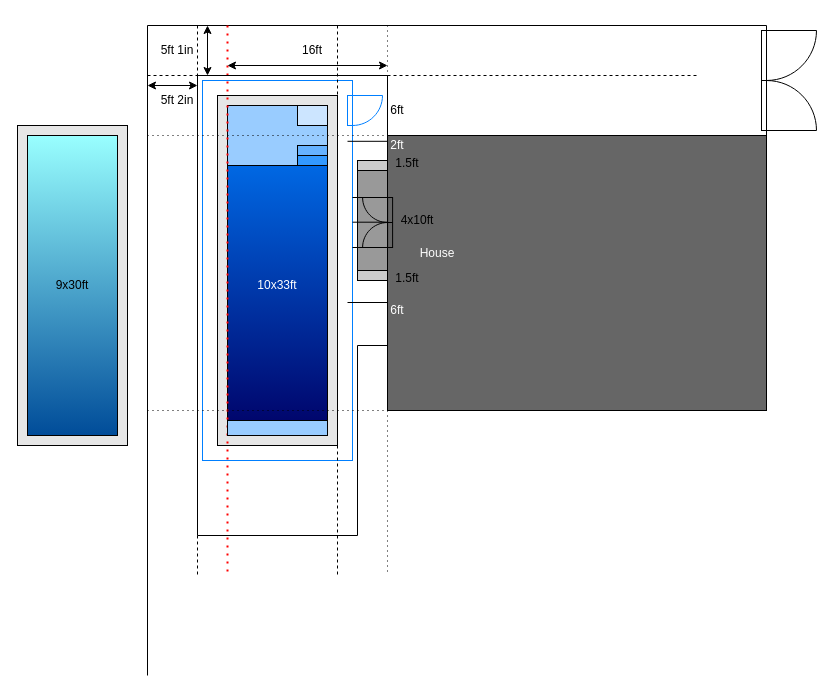
The draw.io diagram PoolPlan.drawio in hikumealan/draw-io-diagrams, before the edit. Source tidied: cells renumbered, new cells numbered last; positions are measured from the earlier drawing's top-left corner, leaving out a move shared by most shapes. Both pictures are drawn from the tidied source at 100%, with x=0, y=0 at pixel (17, 25).
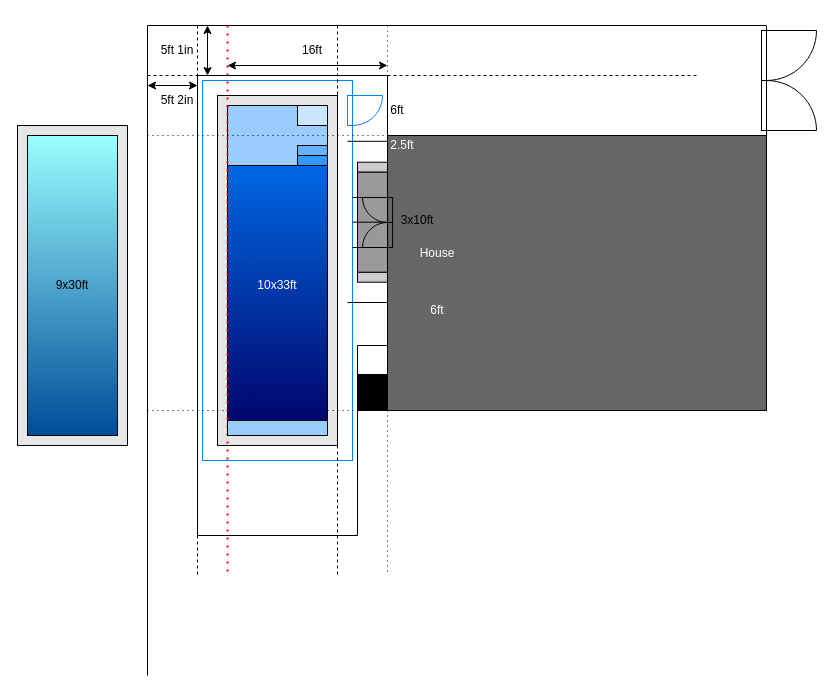
After the change.

What changed in the source:
```diff
@@
     <mxCell id="2" style="rounded=0;whiteSpace=wrap;html=1;fillColor=#CCCCCC;gradientColor=none;" parent="1" vertex="1">
-      <mxGeometry x="340" y="245" width="30" height="10" as="geometry" />
+      <mxGeometry x="340" y="246.7" width="30" height="10" as="geometry" />
     </mxCell>
     <mxCell id="3" style="rounded=0;whiteSpace=wrap;html=1;fillColor=#CCCCCC;gradientColor=none;" parent="1" vertex="1">
-      <mxGeometry x="340" y="135" width="30" height="10" as="geometry" />
+      <mxGeometry x="340" y="136.7" width="30" height="10" as="geometry" />
     </mxCell>
     <mxCell id="4" style="rounded=0;whiteSpace=wrap;html=1;fillColor=#999999;gradientColor=none;" parent="1" vertex="1">
-      <mxGeometry x="340" y="145" width="30" height="100" as="geometry" />
+      <mxGeometry x="340" y="146.7" width="30" height="100" as="geometry" />
     </mxCell>
@@
-    <mxCell id="22" value="2ft" style="text;html=1;strokeColor=none;fillColor=none;align=center;verticalAlign=middle;whiteSpace=wrap;rounded=0;fontColor=#FFFFFF;" parent="1" vertex="1">
-      <mxGeometry x="350" y="105" width="60" height="30" as="geometry" />
+    <mxCell id="22" value="2.5ft" style="text;html=1;strokeColor=none;fillColor=none;align=center;verticalAlign=middle;whiteSpace=wrap;rounded=0;fontColor=#FFFFFF;" parent="1" vertex="1">
+      <mxGeometry x="355" y="105" width="60" height="30" as="geometry" />
     </mxCell>
-    <mxCell id="23" value="1.5ft" style="text;html=1;strokeColor=none;fillColor=none;align=center;verticalAlign=middle;whiteSpace=wrap;rounded=0;" parent="1" vertex="1">
-      <mxGeometry x="360" y="122.5" width="60" height="30" as="geometry" />
-    </mxCell>
-    <mxCell id="24" value="1.5ft" style="text;html=1;strokeColor=none;fillColor=none;align=center;verticalAlign=middle;whiteSpace=wrap;rounded=0;" parent="1" vertex="1">
-      <mxGeometry x="360" y="237.5" width="60" height="30" as="geometry" />
-    </mxCell>
@@
-    <mxCell id="26" value="4x10ft" style="text;html=1;strokeColor=none;fillColor=none;align=center;verticalAlign=middle;whiteSpace=wrap;rounded=0;" parent="1" vertex="1">
+    <mxCell id="26" value="3x10ft" style="text;html=1;strokeColor=none;fillColor=none;align=center;verticalAlign=middle;whiteSpace=wrap;rounded=0;" parent="1" vertex="1">
       <mxGeometry x="370" y="180" width="60" height="30" as="geometry" />
     </mxCell>
@@
     <mxCell id="29" value="6ft" style="text;html=1;strokeColor=none;fillColor=none;align=center;verticalAlign=middle;whiteSpace=wrap;rounded=0;fontColor=#FFFFFF;" parent="1" vertex="1">
-      <mxGeometry x="350" y="270" width="60" height="30" as="geometry" />
+      <mxGeometry x="390" y="270" width="60" height="30" as="geometry" />
     </mxCell>
@@
+    <mxCell id="55" style="rounded=0;whiteSpace=wrap;html=1;fontColor=#FFFFFF;strokeColor=#000000;fillColor=#000000;gradientColor=none;" parent="1" vertex="1">
+      <mxGeometry x="340" y="349" width="30" height="36" as="geometry" />
+    </mxCell>
```
